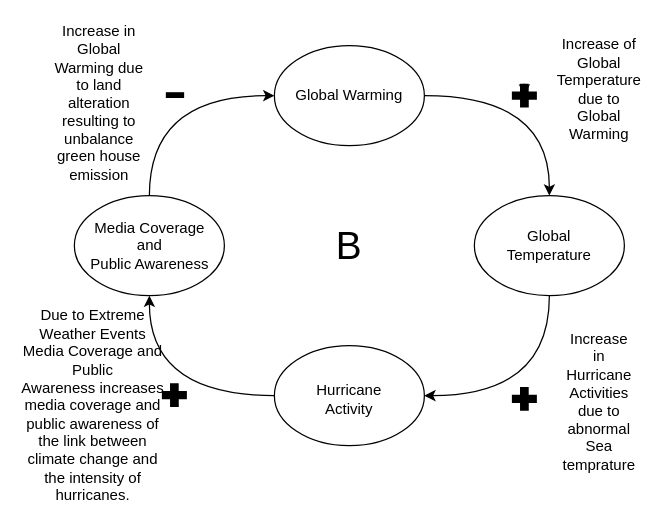
This is cs1b.drawio from Jayrou12345/Flowchart, a draw.io file, before an edit. Source tidied: cells renumbered, new cells numbered last; positions are measured from the earlier drawing's top-left corner, leaving out a move shared by most shapes. Both pictures are drawn from the tidied source at 125%, with x=0, y=0 at pixel (24, 45).
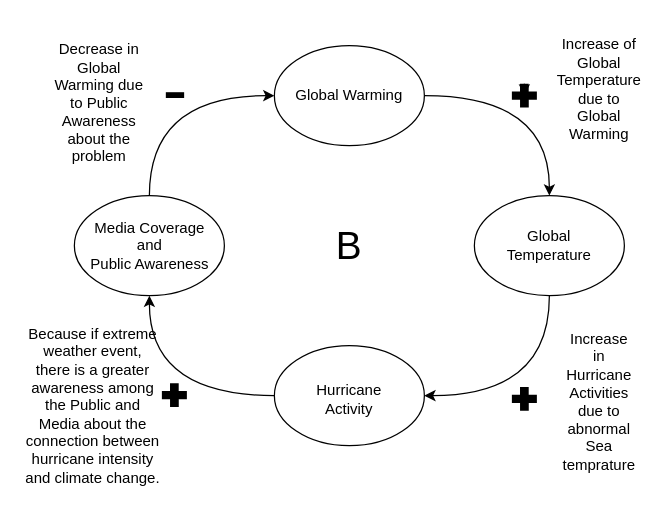
Above is the later version.

Change to the diagram source:
```diff
@@
-    <mxCell id="20" value="Due to Extreme Weather Events Media Coverage and Public Awareness&amp;nbsp;increases media coverage and public awareness of the link between climate change and the intensity of hurricanes." style="text;html=1;strokeColor=none;fillColor=none;align=center;verticalAlign=middle;whiteSpace=wrap;rounded=0;" parent="1" vertex="1">
+    <mxCell id="20" value="Because if extreme weather event, there is a greater awareness among the Public and Media about the connection between hurricane intensity and climate change." style="text;html=1;strokeColor=none;fillColor=none;align=center;verticalAlign=middle;whiteSpace=wrap;rounded=0;" parent="1" vertex="1">
       <mxGeometry y="273" width="110" height="30" as="geometry" />
     </mxCell>
-    <mxCell id="21" value="Increase in Global Warming due to land alteration resulting to unbalance green house emission" style="text;html=1;strokeColor=none;fillColor=none;align=center;verticalAlign=middle;whiteSpace=wrap;rounded=0;" parent="1" vertex="1">
+    <mxCell id="21" value="Decrease in Global Warming due to Public Awareness about the problem" style="text;html=1;strokeColor=none;fillColor=none;align=center;verticalAlign=middle;whiteSpace=wrap;rounded=0;" parent="1" vertex="1">
       <mxGeometry x="20" y="30.5" width="80" height="30" as="geometry" />
     </mxCell>
```
